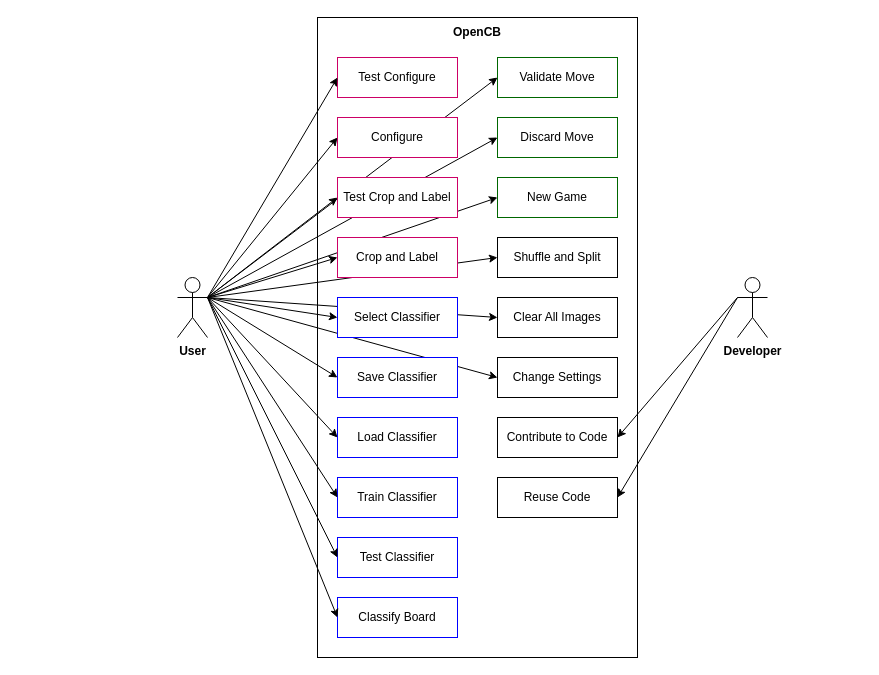
The draw.io diagram doc/drawio/usecase.drawio in broland29/open-cb, before the edit. Source tidied: cells renumbered, new cells numbered last; positions are measured from the earlier drawing's top-left corner, leaving out a move shared by most shapes. Both pictures are drawn from the tidied source at 100%, with x=0, y=0 at pixel (177, 17).
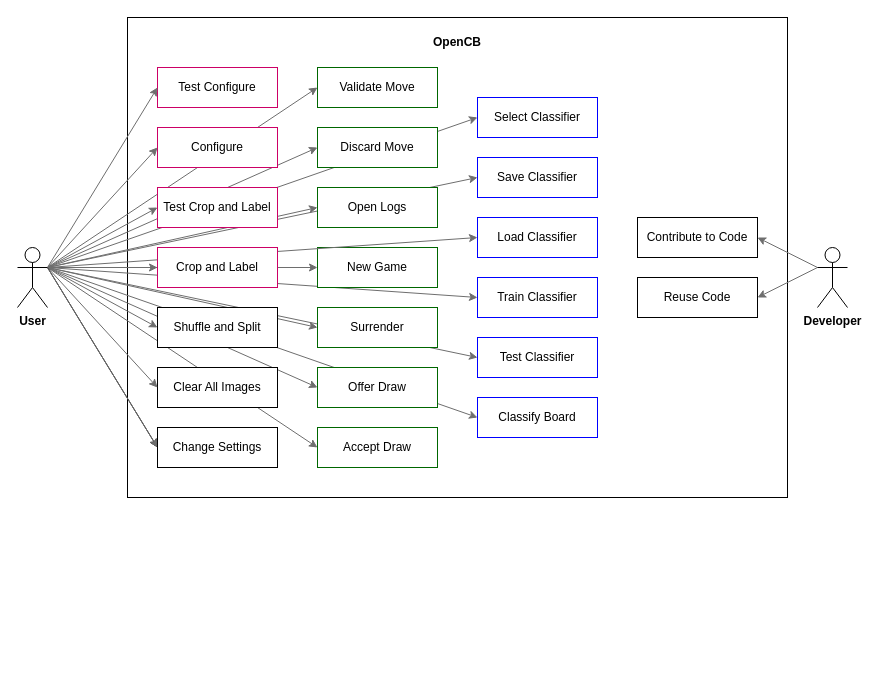
The same diagram, later.

The edit, as a diff of the source:
```diff
@@
-    <mxCell id="2" style="rounded=0;whiteSpace=wrap;html=1;" parent="1" vertex="1">
-      <mxGeometry x="140" width="320" height="640" as="geometry" />
+    <mxCell id="2" style="rounded=0;whiteSpace=wrap;html=1;strokeColor=#000000;" parent="1" vertex="1">
+      <mxGeometry x="-50" width="660" height="480" as="geometry" />
     </mxCell>
+    <mxCell id="42" style="rounded=0;jettySize=auto;html=1;exitX=1;exitY=0.3333333333333333;exitDx=0;exitDy=0;exitPerimeter=0;entryX=0;entryY=0.5;entryDx=0;entryDy=0;strokeColor=#6E6E6E;" parent="1" edge="1" source="32" target="48">
+      <mxGeometry relative="1" as="geometry" />
+    </mxCell>
+    <mxCell id="43" style="rounded=0;jettySize=auto;html=1;exitX=1;exitY=0.3333333333333333;exitDx=0;exitDy=0;exitPerimeter=0;entryX=0;entryY=0.5;entryDx=0;entryDy=0;strokeColor=#6E6E6E;" parent="1" edge="1" source="32" target="47">
+      <mxGeometry relative="1" as="geometry" />
+    </mxCell>
+    <mxCell id="44" style="rounded=0;jettySize=auto;html=1;exitX=1;exitY=0.3333333333333333;exitDx=0;exitDy=0;exitPerimeter=0;entryX=0;entryY=0.5;entryDx=0;entryDy=0;strokeColor=#6E6E6E;" parent="1" edge="1" source="32" target="49">
+      <mxGeometry relative="1" as="geometry" />
+    </mxCell>
+    <mxCell id="45" style="rounded=0;jettySize=auto;html=1;exitX=1;exitY=0.3333333333333333;exitDx=0;exitDy=0;exitPerimeter=0;entryX=0;entryY=0.5;entryDx=0;entryDy=0;strokeColor=#6E6E6E;" parent="1" edge="1" source="32" target="50">
+      <mxGeometry relative="1" as="geometry" />
+    </mxCell>
+    <mxCell id="24" style="rounded=0;jettySize=auto;html=1;exitX=1;exitY=0.3333333333333333;exitDx=0;exitDy=0;exitPerimeter=0;entryX=0;entryY=0.5;entryDx=0;entryDy=0;strokeColor=#6E6E6E;" parent="1" edge="1" source="32" target="9">
+      <mxGeometry relative="1" as="geometry" />
+    </mxCell>
+    <mxCell id="25" style="rounded=0;jettySize=auto;html=1;exitX=1;exitY=0.3333333333333333;exitDx=0;exitDy=0;exitPerimeter=0;entryX=0;entryY=0.5;entryDx=0;entryDy=0;strokeColor=#6E6E6E;" parent="1" edge="1" source="32" target="10">
+      <mxGeometry relative="1" as="geometry" />
+    </mxCell>
+    <mxCell id="21" style="rounded=0;jettySize=auto;html=1;exitX=1;exitY=0.3333333333333333;exitDx=0;exitDy=0;exitPerimeter=0;entryX=0;entryY=0.5;entryDx=0;entryDy=0;strokeColor=#6E6E6E;" parent="1" edge="1" source="32" target="40">
+      <mxGeometry relative="1" as="geometry" />
+    </mxCell>
+    <mxCell id="20" style="rounded=0;jettySize=auto;html=1;exitX=1;exitY=0.3333333333333333;exitDx=0;exitDy=0;exitPerimeter=0;entryX=0;entryY=0.5;entryDx=0;entryDy=0;strokeColor=#6E6E6E;" parent="1" edge="1" source="32" target="39">
+      <mxGeometry relative="1" as="geometry" />
+    </mxCell>
+    <mxCell id="23" style="rounded=0;jettySize=auto;html=1;exitX=1;exitY=0.3333333333333333;exitDx=0;exitDy=0;exitPerimeter=0;entryX=0;entryY=0.5;entryDx=0;entryDy=0;strokeColor=#6E6E6E;" parent="1" edge="1" source="32" target="8">
+      <mxGeometry relative="1" as="geometry" />
+    </mxCell>
     <mxCell id="3" value="Shuffle and Split" style="rounded=0;whiteSpace=wrap;html=1;" parent="1" vertex="1">
-      <mxGeometry x="320" y="220" width="120" height="40" as="geometry" />
+      <mxGeometry x="-20" y="290" width="120" height="40" as="geometry" />
     </mxCell>
     <mxCell id="4" value="Validate Move" style="rounded=0;whiteSpace=wrap;html=1;strokeColor=#006600;" parent="1" vertex="1">
-      <mxGeometry x="320" y="40" width="120" height="40" as="geometry" />
+      <mxGeometry x="140" y="50" width="120" height="40" as="geometry" />
     </mxCell>
     <mxCell id="5" value="New Game" style="rounded=0;whiteSpace=wrap;html=1;strokeColor=#006600;" parent="1" vertex="1">
-      <mxGeometry x="320" y="160" width="120" height="40" as="geometry" />
+      <mxGeometry x="140" y="230" width="120" height="40" as="geometry" />
     </mxCell>
     <mxCell id="6" value="Discard Move" style="rounded=0;whiteSpace=wrap;html=1;strokeColor=#006600;" parent="1" vertex="1">
-      <mxGeometry x="320" y="100" width="120" height="40" as="geometry" />
+      <mxGeometry x="140" y="110" width="120" height="40" as="geometry" />
     </mxCell>
     <mxCell id="7" value="Load Classifier" style="rounded=0;whiteSpace=wrap;html=1;strokeColor=#0000FF;" parent="1" vertex="1">
-      <mxGeometry x="160" y="400" width="120" height="40" as="geometry" />
+      <mxGeometry x="300" y="200" width="120" height="40" as="geometry" />
     </mxCell>
     <mxCell id="8" value="Train Classifier" style="rounded=0;whiteSpace=wrap;html=1;strokeColor=#0000FF;" parent="1" vertex="1">
-      <mxGeometry x="160" y="460" width="120" height="40" as="geometry" />
+      <mxGeometry x="300" y="260" width="120" height="40" as="geometry" />
     </mxCell>
     <mxCell id="9" value="Test Classifier" style="rounded=0;whiteSpace=wrap;html=1;strokeColor=#0000FF;" parent="1" vertex="1">
-      <mxGeometry x="160" y="520" width="120" height="40" as="geometry" />
+      <mxGeometry x="300" y="320" width="120" height="40" as="geometry" />
     </mxCell>
     <mxCell id="10" value="Classify Board" style="rounded=0;whiteSpace=wrap;html=1;strokeColor=#0000FF;" parent="1" vertex="1">
-      <mxGeometry x="160" y="580" width="120" height="40" as="geometry" />
+      <mxGeometry x="300" y="380" width="120" height="40" as="geometry" />
     </mxCell>
     <mxCell id="11" value="Test Configure" style="rounded=0;whiteSpace=wrap;html=1;strokeColor=#CC0066;" parent="1" vertex="1">
-      <mxGeometry x="160" y="40" width="120" height="40" as="geometry" />
+      <mxGeometry x="-20" y="50" width="120" height="40" as="geometry" />
     </mxCell>
     <mxCell id="12" value="Clear All Images" style="rounded=0;whiteSpace=wrap;html=1;" parent="1" vertex="1">
-      <mxGeometry x="320" y="280" width="120" height="40" as="geometry" />
+      <mxGeometry x="-20" y="350" width="120" height="40" as="geometry" />
     </mxCell>
-    <mxCell id="13" value="Change Settings" style="rounded=0;whiteSpace=wrap;html=1;" parent="1" vertex="1">
-      <mxGeometry x="320" y="340" width="120" height="40" as="geometry" />
-    </mxCell>
     <mxCell id="14" value="Contribute to Code" style="rounded=0;whiteSpace=wrap;html=1;" parent="1" vertex="1">
-      <mxGeometry x="320" y="400" width="120" height="40" as="geometry" />
+      <mxGeometry x="460" y="200" width="120" height="40" as="geometry" />
     </mxCell>
     <mxCell id="15" value="Reuse Code" style="rounded=0;whiteSpace=wrap;html=1;" parent="1" vertex="1">
-      <mxGeometry x="320" y="460" width="120" height="40" as="geometry" />
+      <mxGeometry x="460" y="260" width="120" height="40" as="geometry" />
     </mxCell>
-    <mxCell id="16" style="rounded=0;jettySize=auto;html=1;exitX=1;exitY=0.3333333333333333;exitDx=0;exitDy=0;exitPerimeter=0;entryX=0;entryY=0.5;entryDx=0;entryDy=0;" parent="1" edge="1" source="32" target="11">
+    <mxCell id="16" style="rounded=0;jettySize=auto;html=1;exitX=1;exitY=0.3333333333333333;exitDx=0;exitDy=0;exitPerimeter=0;entryX=0;entryY=0.5;entryDx=0;entryDy=0;strokeColor=#6E6E6E;" parent="1" edge="1" source="32" target="11">
       <mxGeometry relative="1" as="geometry" />
     </mxCell>
-    <mxCell id="17" style="rounded=0;jettySize=auto;html=1;exitX=1;exitY=0.3333333333333333;exitDx=0;exitDy=0;exitPerimeter=0;entryX=0;entryY=0.5;entryDx=0;entryDy=0;" parent="1" edge="1" source="32" target="36">
+    <mxCell id="17" style="rounded=0;jettySize=auto;html=1;exitX=1;exitY=0.3333333333333333;exitDx=0;exitDy=0;exitPerimeter=0;entryX=0;entryY=0.5;entryDx=0;entryDy=0;strokeColor=#6E6E6E;" parent="1" edge="1" source="32" target="36">
       <mxGeometry relative="1" as="geometry" />
     </mxCell>
-    <mxCell id="18" style="rounded=0;jettySize=auto;html=1;exitX=1;exitY=0.3333333333333333;exitDx=0;exitDy=0;exitPerimeter=0;entryX=0;entryY=0.5;entryDx=0;entryDy=0;" parent="1" edge="1" source="32" target="37">
+    <mxCell id="18" style="rounded=0;jettySize=auto;html=1;exitX=1;exitY=0.3333333333333333;exitDx=0;exitDy=0;exitPerimeter=0;entryX=0;entryY=0.5;entryDx=0;entryDy=0;strokeColor=#6E6E6E;" parent="1" edge="1" source="32" target="37">
       <mxGeometry relative="1" as="geometry" />
     </mxCell>
-    <mxCell id="19" style="rounded=0;jettySize=auto;html=1;exitX=1;exitY=0.3333333333333333;exitDx=0;exitDy=0;exitPerimeter=0;entryX=0;entryY=0.5;entryDx=0;entryDy=0;" parent="1" edge="1" source="32" target="38">
+    <mxCell id="19" style="rounded=0;jettySize=auto;html=1;exitX=1;exitY=0.3333333333333333;exitDx=0;exitDy=0;exitPerimeter=0;entryX=0;entryY=0.5;entryDx=0;entryDy=0;strokeColor=#6E6E6E;" parent="1" edge="1" source="32" target="38">
       <mxGeometry relative="1" as="geometry" />
     </mxCell>
-    <mxCell id="20" style="rounded=0;jettySize=auto;html=1;exitX=1;exitY=0.3333333333333333;exitDx=0;exitDy=0;exitPerimeter=0;entryX=0;entryY=0.5;entryDx=0;entryDy=0;" parent="1" edge="1" source="32" target="39">
-      <mxGeometry relative="1" as="geometry" />
-    </mxCell>
-    <mxCell id="21" style="rounded=0;jettySize=auto;html=1;exitX=1;exitY=0.3333333333333333;exitDx=0;exitDy=0;exitPerimeter=0;entryX=0;entryY=0.5;entryDx=0;entryDy=0;" parent="1" edge="1" source="32" target="40">
-      <mxGeometry relative="1" as="geometry" />
-    </mxCell>
-    <mxCell id="22" style="rounded=0;jettySize=auto;html=1;exitX=1;exitY=0.3333333333333333;exitDx=0;exitDy=0;exitPerimeter=0;entryX=0;entryY=0.5;entryDx=0;entryDy=0;" parent="1" edge="1" source="32" target="7">
+    <mxCell id="22" style="rounded=0;jettySize=auto;html=1;exitX=1;exitY=0.3333333333333333;exitDx=0;exitDy=0;exitPerimeter=0;entryX=0;entryY=0.5;entryDx=0;entryDy=0;strokeColor=#6E6E6E;" parent="1" edge="1" source="32" target="7">
       <mxGeometry relative="1" as="geometry" />
     </mxCell>
-    <mxCell id="23" style="rounded=0;jettySize=auto;html=1;exitX=1;exitY=0.3333333333333333;exitDx=0;exitDy=0;exitPerimeter=0;entryX=0;entryY=0.5;entryDx=0;entryDy=0;" parent="1" edge="1" source="32" target="8">
-      <mxGeometry relative="1" as="geometry" />
-    </mxCell>
-    <mxCell id="24" style="rounded=0;jettySize=auto;html=1;exitX=1;exitY=0.3333333333333333;exitDx=0;exitDy=0;exitPerimeter=0;entryX=0;entryY=0.5;entryDx=0;entryDy=0;" parent="1" edge="1" source="32" target="9">
-      <mxGeometry relative="1" as="geometry" />
-    </mxCell>
-    <mxCell id="25" style="rounded=0;jettySize=auto;html=1;exitX=1;exitY=0.3333333333333333;exitDx=0;exitDy=0;exitPerimeter=0;entryX=0;entryY=0.5;entryDx=0;entryDy=0;" parent="1" edge="1" source="32" target="10">
-      <mxGeometry relative="1" as="geometry" />
-    </mxCell>
-    <mxCell id="26" style="rounded=0;jettySize=auto;html=1;exitX=1;exitY=0.3333333333333333;exitDx=0;exitDy=0;exitPerimeter=0;entryX=0;entryY=0.5;entryDx=0;entryDy=0;" parent="1" edge="1" source="32" target="4">
+    <mxCell id="26" style="rounded=0;jettySize=auto;html=1;exitX=1;exitY=0.3333333333333333;exitDx=0;exitDy=0;exitPerimeter=0;entryX=0;entryY=0.5;entryDx=0;entryDy=0;strokeColor=#6E6E6E;" parent="1" edge="1" source="32" target="4">
       <mxGeometry relative="1" as="geometry" />
     </mxCell>
-    <mxCell id="27" style="rounded=0;jettySize=auto;html=1;exitX=1;exitY=0.3333333333333333;exitDx=0;exitDy=0;exitPerimeter=0;entryX=0;entryY=0.5;entryDx=0;entryDy=0;" parent="1" edge="1" source="32" target="6">
+    <mxCell id="27" style="rounded=0;jettySize=auto;html=1;exitX=1;exitY=0.3333333333333333;exitDx=0;exitDy=0;exitPerimeter=0;entryX=0;entryY=0.5;entryDx=0;entryDy=0;strokeColor=#6E6E6E;" parent="1" edge="1" source="32" target="6">
       <mxGeometry relative="1" as="geometry" />
     </mxCell>
-    <mxCell id="28" style="rounded=0;jettySize=auto;html=1;exitX=1;exitY=0.3333333333333333;exitDx=0;exitDy=0;exitPerimeter=0;entryX=0;entryY=0.5;entryDx=0;entryDy=0;" parent="1" edge="1" source="32" target="5">
+    <mxCell id="28" style="rounded=0;jettySize=auto;html=1;exitX=1;exitY=0.3333333333333333;exitDx=0;exitDy=0;exitPerimeter=0;entryX=0;entryY=0.5;entryDx=0;entryDy=0;strokeColor=#6E6E6E;" parent="1" edge="1" source="32" target="5">
       <mxGeometry relative="1" as="geometry" />
     </mxCell>
-    <mxCell id="29" style="rounded=0;jettySize=auto;html=1;exitX=1;exitY=0.3333333333333333;exitDx=0;exitDy=0;exitPerimeter=0;entryX=0;entryY=0.5;entryDx=0;entryDy=0;" parent="1" edge="1" source="32" target="3">
+    <mxCell id="29" style="rounded=0;jettySize=auto;html=1;exitX=1;exitY=0.3333333333333333;exitDx=0;exitDy=0;exitPerimeter=0;entryX=0;entryY=0.5;entryDx=0;entryDy=0;strokeColor=#6E6E6E;" parent="1" edge="1" source="32" target="3">
       <mxGeometry relative="1" as="geometry" />
     </mxCell>
-    <mxCell id="30" style="rounded=0;jettySize=auto;html=1;exitX=1;exitY=0.3333333333333333;exitDx=0;exitDy=0;exitPerimeter=0;entryX=0;entryY=0.5;entryDx=0;entryDy=0;" parent="1" edge="1" source="32" target="12">
+    <mxCell id="30" style="rounded=0;jettySize=auto;html=1;exitX=1;exitY=0.3333333333333333;exitDx=0;exitDy=0;exitPerimeter=0;entryX=0;entryY=0.5;entryDx=0;entryDy=0;strokeColor=#6E6E6E;" parent="1" edge="1" source="32" target="12">
       <mxGeometry relative="1" as="geometry" />
     </mxCell>
@@
     <mxCell id="32" value="User" style="shape=umlActor;verticalLabelPosition=bottom;verticalAlign=top;html=1;outlineConnect=0;fontStyle=1;" parent="1" vertex="1">
-      <mxGeometry y="260" width="30" height="60" as="geometry" />
+      <mxGeometry x="-160" y="230" width="30" height="60" as="geometry" />
     </mxCell>
-    <mxCell id="33" style="rounded=0;jettySize=auto;html=1;exitX=0;exitY=0.3333333333333333;exitDx=0;exitDy=0;exitPerimeter=0;entryX=1;entryY=0.5;entryDx=0;entryDy=0;" parent="1" edge="1" source="35" target="14">
+    <mxCell id="33" style="rounded=0;jettySize=auto;html=1;exitX=0;exitY=0.3333333333333333;exitDx=0;exitDy=0;exitPerimeter=0;entryX=1;entryY=0.5;entryDx=0;entryDy=0;strokeColor=#6E6E6E;" parent="1" edge="1" source="35" target="14">
       <mxGeometry relative="1" as="geometry" />
     </mxCell>
-    <mxCell id="34" style="rounded=0;jettySize=auto;html=1;exitX=0;exitY=0.3333333333333333;exitDx=0;exitDy=0;exitPerimeter=0;entryX=1;entryY=0.5;entryDx=0;entryDy=0;" parent="1" edge="1" source="35" target="15">
+    <mxCell id="34" style="rounded=0;jettySize=auto;html=1;exitX=0;exitY=0.3333333333333333;exitDx=0;exitDy=0;exitPerimeter=0;entryX=1;entryY=0.5;entryDx=0;entryDy=0;strokeColor=#6E6E6E;" parent="1" edge="1" source="35" target="15">
       <mxGeometry relative="1" as="geometry" />
     </mxCell>
     <mxCell id="35" value="Developer" style="shape=umlActor;verticalLabelPosition=bottom;verticalAlign=top;html=1;outlineConnect=0;fontStyle=1;" parent="1" vertex="1">
-      <mxGeometry x="560" y="260" width="30" height="60" as="geometry" />
+      <mxGeometry x="640" y="230" width="30" height="60" as="geometry" />
     </mxCell>
     <mxCell id="36" value="Configure" style="rounded=0;whiteSpace=wrap;html=1;strokeColor=#CC0066;" parent="1" vertex="1">
-      <mxGeometry x="160" y="100" width="120" height="40" as="geometry" />
+      <mxGeometry x="-20" y="110" width="120" height="40" as="geometry" />
     </mxCell>
     <mxCell id="37" value="Test Crop and Label" style="rounded=0;whiteSpace=wrap;html=1;strokeColor=#CC0066;" parent="1" vertex="1">
-      <mxGeometry x="160" y="160" width="120" height="40" as="geometry" />
+      <mxGeometry x="-20" y="170" width="120" height="40" as="geometry" />
     </mxCell>
     <mxCell id="38" value="Crop and Label" style="rounded=0;whiteSpace=wrap;html=1;strokeColor=#CC0066;" parent="1" vertex="1">
-      <mxGeometry x="160" y="220" width="120" height="40" as="geometry" />
+      <mxGeometry x="-20" y="230" width="120" height="40" as="geometry" />
     </mxCell>
     <mxCell id="39" value="Select Classifier" style="rounded=0;whiteSpace=wrap;html=1;strokeColor=#0000FF;" parent="1" vertex="1">
-      <mxGeometry x="160" y="280" width="120" height="40" as="geometry" />
+      <mxGeometry x="300" y="80" width="120" height="40" as="geometry" />
     </mxCell>
     <mxCell id="40" value="Save Classifier" style="rounded=0;whiteSpace=wrap;html=1;strokeColor=#0000FF;" parent="1" vertex="1">
-      <mxGeometry x="160" y="340" width="120" height="40" as="geometry" />
+      <mxGeometry x="300" y="140" width="120" height="40" as="geometry" />
     </mxCell>
     <mxCell id="41" value="&lt;b&gt;OpenCB&lt;/b&gt;" style="text;html=1;align=center;verticalAlign=middle;whiteSpace=wrap;rounded=0;" parent="1" vertex="1">
-      <mxGeometry x="140" width="320" height="30" as="geometry" />
+      <mxGeometry x="-50" y="10" width="660" height="30" as="geometry" />
     </mxCell>
+    <mxCell id="46" style="rounded=0;jettySize=auto;html=1;exitX=1;exitY=0.3333333333333333;exitDx=0;exitDy=0;exitPerimeter=0;entryX=0;entryY=0.5;entryDx=0;entryDy=0;strokeColor=#6E6E6E;" parent="1" edge="1" source="32" target="13">
+      <mxGeometry relative="1" as="geometry" />
+    </mxCell>
+    <mxCell id="13" value="Change Settings" style="rounded=0;whiteSpace=wrap;html=1;" parent="1" vertex="1">
+      <mxGeometry x="-20" y="410" width="120" height="40" as="geometry" />
+    </mxCell>
+    <mxCell id="47" value="Open Logs" style="rounded=0;whiteSpace=wrap;html=1;strokeColor=#006600;" parent="1" vertex="1">
+      <mxGeometry x="140" y="170" width="120" height="40" as="geometry" />
+    </mxCell>
+    <mxCell id="48" value="Surrender" style="rounded=0;whiteSpace=wrap;html=1;strokeColor=#006600;" parent="1" vertex="1">
+      <mxGeometry x="140" y="290" width="120" height="40" as="geometry" />
+    </mxCell>
+    <mxCell id="49" value="Offer Draw" style="rounded=0;whiteSpace=wrap;html=1;strokeColor=#006600;" parent="1" vertex="1">
+      <mxGeometry x="140" y="350" width="120" height="40" as="geometry" />
+    </mxCell>
+    <mxCell id="50" value="Accept Draw" style="rounded=0;whiteSpace=wrap;html=1;strokeColor=#006600;" parent="1" vertex="1">
+      <mxGeometry x="140" y="410" width="120" height="40" as="geometry" />
+    </mxCell>
```
